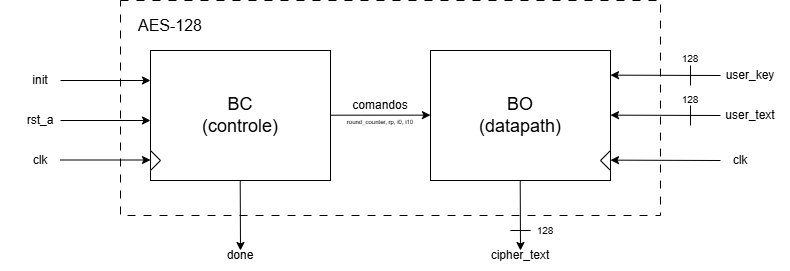
Earlier version of the draw.io export docs/diagramas/Diagrama BO_BC.drawio.png (thalescazevedo/aes-encryption-vhdl). Source tidied: cells renumbered, new cells last; positions are measured from the earlier drawing's top-left corner, leaving out a move shared by most shapes.
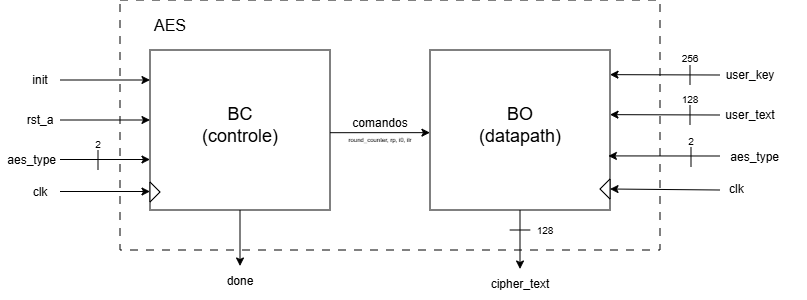
The same file after the commit.

Diff of the diagram source:
```diff
@@ -2,28 +2,22 @@
   <root>
     <mxCell id="0" />
     <mxCell id="1" parent="0" />
+    <mxCell id="8" style="rounded=0;whiteSpace=wrap;html=1;fillColor=none;dashed=1;dashPattern=8 8;labelBackgroundColor=none;" parent="1" vertex="1">
+      <mxGeometry x="120" width="540" height="250" as="geometry" />
+    </mxCell>
     <mxCell id="2" style="rounded=0;whiteSpace=wrap;html=1;labelBackgroundColor=none;" parent="1" vertex="1">
-      <mxGeometry x="150" y="50" width="180" height="130" as="geometry" />
+      <mxGeometry x="150" y="50" width="180" height="160" as="geometry" />
     </mxCell>
     <mxCell id="3" style="rounded=0;whiteSpace=wrap;html=1;labelBackgroundColor=none;" parent="1" vertex="1">
-      <mxGeometry x="430" y="50" width="180" height="130" as="geometry" />
+      <mxGeometry x="430" y="50" width="180" height="160" as="geometry" />
     </mxCell>
     <mxCell id="4" value="&lt;font style=&quot;font-size: 18px;&quot;&gt;BC&lt;/font&gt;&lt;div&gt;&lt;font style=&quot;font-size: 18px;&quot;&gt;(controle)&lt;/font&gt;&lt;/div&gt;" style="text;html=1;whiteSpace=wrap;strokeColor=none;fillColor=none;align=center;verticalAlign=middle;rounded=0;labelBackgroundColor=none;" parent="1" vertex="1">
-      <mxGeometry x="175" y="95" width="130" height="40" as="geometry" />
+      <mxGeometry x="175" y="105" width="130" height="40" as="geometry" />
     </mxCell>
     <mxCell id="5" value="&lt;div&gt;&lt;font style=&quot;font-size: 18px;&quot;&gt;BO&lt;br&gt;(datapath)&lt;/font&gt;&lt;/div&gt;" style="text;html=1;whiteSpace=wrap;strokeColor=none;fillColor=none;align=center;verticalAlign=middle;rounded=0;labelBackgroundColor=none;" parent="1" vertex="1">
-      <mxGeometry x="455" y="95" width="130" height="40" as="geometry" />
+      <mxGeometry x="455" y="105" width="130" height="40" as="geometry" />
     </mxCell>
-    <mxCell id="6" style="triangle;whiteSpace=wrap;html=1;rounded=0;labelBackgroundColor=none;" parent="1" vertex="1">
-      <mxGeometry x="150" y="150" width="10" height="20" as="geometry" />
-    </mxCell>
-    <mxCell id="7" style="triangle;whiteSpace=wrap;html=1;rotation=-180;rounded=0;labelBackgroundColor=none;" parent="1" vertex="1">
-      <mxGeometry x="600" y="150" width="10" height="20" as="geometry" />
-    </mxCell>
-    <mxCell id="8" style="rounded=0;whiteSpace=wrap;html=1;fillColor=none;dashed=1;dashPattern=8 8;labelBackgroundColor=none;" parent="1" vertex="1">
-      <mxGeometry x="120" width="540" height="215" as="geometry" />
-    </mxCell>
-    <mxCell id="9" value="&lt;font style=&quot;font-size: 16px;&quot;&gt;AES-128&lt;/font&gt;" style="text;html=1;whiteSpace=wrap;strokeColor=none;fillColor=none;align=center;verticalAlign=middle;rounded=0;labelBackgroundColor=none;" parent="1" vertex="1">
+    <mxCell id="9" value="&lt;font style=&quot;font-size: 16px;&quot;&gt;AES&lt;/font&gt;" style="text;html=1;whiteSpace=wrap;strokeColor=none;fillColor=none;align=center;verticalAlign=middle;rounded=0;labelBackgroundColor=none;" parent="1" vertex="1">
       <mxGeometry x="130" y="10" width="80" height="30" as="geometry" />
     </mxCell>
     <mxCell id="10" style="endArrow=classic;html=1;rounded=0;labelBackgroundColor=none;fontColor=default;" parent="1" edge="1">
@@ -46,27 +40,21 @@
     </mxCell>
     <mxCell id="13" style="endArrow=classic;html=1;rounded=0;entryX=0.574;entryY=0.437;entryDx=0;entryDy=0;entryPerimeter=0;labelBackgroundColor=none;fontColor=default;" parent="1" edge="1">
       <mxGeometry relative="1" as="geometry">
-        <mxPoint x="330" y="114.7" as="sourcePoint" />
-        <mxPoint x="430" y="114.6" as="targetPoint" />
+        <mxPoint x="330" y="132.7" as="sourcePoint" />
+        <mxPoint x="430" y="132.6" as="targetPoint" />
       </mxGeometry>
     </mxCell>
-    <mxCell id="14" style="endArrow=classic;html=1;rounded=0;labelBackgroundColor=none;fontColor=default;" parent="1" edge="1">
-      <mxGeometry relative="1" as="geometry">
-        <mxPoint x="239.7" y="180" as="sourcePoint" />
-        <mxPoint x="240" y="250" as="targetPoint" />
-      </mxGeometry>
+    <mxCell id="14" style="endArrow=classic;html=1;rounded=0;labelBackgroundColor=none;fontColor=default;entryX=0.5;entryY=0;entryDx=0;entryDy=0;exitX=0.5;exitY=1;exitDx=0;exitDy=0;" parent="1" edge="1" source="2" target="16">
+      <mxGeometry relative="1" as="geometry" />
     </mxCell>
-    <mxCell id="15" style="endArrow=classic;html=1;rounded=0;labelBackgroundColor=none;fontColor=default;" parent="1" edge="1">
-      <mxGeometry relative="1" as="geometry">
-        <mxPoint x="519.7" y="180" as="sourcePoint" />
-        <mxPoint x="520" y="250" as="targetPoint" />
-      </mxGeometry>
+    <mxCell id="15" style="endArrow=classic;html=1;rounded=0;labelBackgroundColor=none;fontColor=default;exitX=0.5;exitY=1;exitDx=0;exitDy=0;entryX=0.5;entryY=0;entryDx=0;entryDy=0;" parent="1" edge="1" source="3" target="17">
+      <mxGeometry relative="1" as="geometry" />
     </mxCell>
     <mxCell id="16" value="&lt;font&gt;done&lt;/font&gt;" style="text;html=1;whiteSpace=wrap;strokeColor=none;fillColor=none;align=center;verticalAlign=middle;rounded=0;labelBackgroundColor=none;" parent="1" vertex="1">
-      <mxGeometry x="200" y="240" width="80" height="30" as="geometry" />
+      <mxGeometry x="200" y="266" width="80" height="30" as="geometry" />
     </mxCell>
     <mxCell id="17" value="cipher_text" style="text;html=1;whiteSpace=wrap;strokeColor=none;fillColor=none;align=center;verticalAlign=middle;rounded=0;labelBackgroundColor=none;" parent="1" vertex="1">
-      <mxGeometry x="480" y="240" width="80" height="30" as="geometry" />
+      <mxGeometry x="480" y="269" width="80" height="30" as="geometry" />
     </mxCell>
     <mxCell id="18" value="&lt;font&gt;init&lt;/font&gt;" style="text;html=1;whiteSpace=wrap;strokeColor=none;fillColor=none;align=center;verticalAlign=middle;rounded=0;labelBackgroundColor=none;" parent="1" vertex="1">
       <mxGeometry y="65" width="80" height="30" as="geometry" />
@@ -74,23 +62,14 @@
     <mxCell id="19" value="&lt;font&gt;rst_a&lt;/font&gt;" style="text;html=1;whiteSpace=wrap;strokeColor=none;fillColor=none;align=center;verticalAlign=middle;rounded=0;labelBackgroundColor=none;" parent="1" vertex="1">
       <mxGeometry y="105" width="80" height="30" as="geometry" />
     </mxCell>
-    <mxCell id="20" value="&lt;font&gt;clk&lt;/font&gt;" style="text;html=1;whiteSpace=wrap;strokeColor=none;fillColor=none;align=center;verticalAlign=middle;rounded=0;labelBackgroundColor=none;" parent="1" vertex="1">
+    <mxCell id="20" value="&lt;font&gt;aes_type&amp;nbsp; &amp;nbsp; &amp;nbsp;&lt;/font&gt;" style="text;html=1;whiteSpace=wrap;strokeColor=none;fillColor=none;align=center;verticalAlign=middle;rounded=0;labelBackgroundColor=none;" parent="1" vertex="1">
       <mxGeometry y="145" width="80" height="30" as="geometry" />
     </mxCell>
-    <mxCell id="21" style="endArrow=classic;html=1;rounded=0;labelBackgroundColor=none;fontColor=default;" parent="1" edge="1">
-      <mxGeometry relative="1" as="geometry">
-        <mxPoint x="720" y="160" as="sourcePoint" />
-        <mxPoint x="610" y="159.6" as="targetPoint" />
-      </mxGeometry>
-    </mxCell>
-    <mxCell id="22" value="&lt;font&gt;clk&lt;/font&gt;" style="text;html=1;whiteSpace=wrap;strokeColor=none;fillColor=none;align=center;verticalAlign=middle;rounded=0;labelBackgroundColor=none;" parent="1" vertex="1">
-      <mxGeometry x="700" y="145" width="80" height="30" as="geometry" />
-    </mxCell>
     <mxCell id="23" value="comandos&lt;span style=&quot;color: rgba(0, 0, 0, 0); font-family: monospace; font-size: 0px; text-align: start; white-space: nowrap;&quot;&gt;%3CmxGraphModel%3E%3Croot%3E%3CmxCell%20id%3D%220%22%2F%3E%3CmxCell%20id%3D%221%22%20parent%3D%220%22%2F%3E%3CmxCell%20id%3D%222%22%20parent%3D%221%22%20style%3D%22text%3Bhtml%3D1%3BwhiteSpace%3Dwrap%3BstrokeColor%3Dnone%3BfillColor%3Dnone%3Balign%3Dcenter%3BverticalAlign%3Dmiddle%3Brounded%3D0%3B%22%20value%3D%22%26lt%3Bfont%26gt%3Binit%26lt%3B%2Ffont%26gt%3B%22%20vertex%3D%221%22%3E%3CmxGeometry%20height%3D%2230%22%20width%3D%2280%22%20y%3D%22305%22%20as%3D%22geometry%22%2F%3E%3C%2FmxCell%3E%3C%2Froot%3E%3C%2FmxGraphModel%3E&lt;/span&gt;" style="text;html=1;whiteSpace=wrap;strokeColor=none;fillColor=none;align=center;verticalAlign=middle;rounded=0;labelBackgroundColor=none;" parent="1" vertex="1">
-      <mxGeometry x="340" y="90" width="80" height="30" as="geometry" />
+      <mxGeometry x="340" y="108" width="80" height="30" as="geometry" />
     </mxCell>
-    <mxCell id="24" value="&lt;font style=&quot;font-size: 6px;&quot;&gt;round_counter, rp, i0, i10&lt;/font&gt;" style="text;html=1;whiteSpace=wrap;strokeColor=none;fillColor=none;align=center;verticalAlign=middle;rounded=0;labelBackgroundColor=none;" parent="1" vertex="1">
-      <mxGeometry x="340" y="105" width="80" height="30" as="geometry" />
+    <mxCell id="24" value="&lt;font style=&quot;font-size: 6px;&quot;&gt;round_counter, rp, i0, ilr&lt;/font&gt;" style="text;html=1;whiteSpace=wrap;strokeColor=none;fillColor=none;align=center;verticalAlign=middle;rounded=0;labelBackgroundColor=none;" parent="1" vertex="1">
+      <mxGeometry x="340" y="123" width="80" height="30" as="geometry" />
     </mxCell>
     <mxCell id="25" style="endArrow=classic;html=1;rounded=0;labelBackgroundColor=none;fontColor=default;" parent="1" edge="1">
       <mxGeometry relative="1" as="geometry">
@@ -128,7 +107,7 @@
         <mxPoint x="530.2" y="230" as="targetPoint" />
       </mxGeometry>
     </mxCell>
-    <mxCell id="32" value="&lt;font style=&quot;font-size: 10px;&quot;&gt;128&lt;/font&gt;" style="text;html=1;whiteSpace=wrap;strokeColor=none;fillColor=none;align=center;verticalAlign=middle;rounded=0;labelBackgroundColor=none;" parent="1" vertex="1">
+    <mxCell id="32" value="&lt;font style=&quot;font-size: 10px;&quot;&gt;256&lt;/font&gt;" style="text;html=1;whiteSpace=wrap;strokeColor=none;fillColor=none;align=center;verticalAlign=middle;rounded=0;labelBackgroundColor=none;" parent="1" vertex="1">
       <mxGeometry x="650" y="43" width="80" height="30" as="geometry" />
     </mxCell>
     <mxCell id="33" value="&lt;font style=&quot;font-size: 10px;&quot;&gt;128&lt;/font&gt;" style="text;html=1;whiteSpace=wrap;strokeColor=none;fillColor=none;align=center;verticalAlign=middle;rounded=0;labelBackgroundColor=none;" parent="1" vertex="1">
@@ -137,5 +116,54 @@
     <mxCell id="34" value="&lt;font style=&quot;font-size: 10px;&quot;&gt;128&lt;/font&gt;" style="text;html=1;whiteSpace=wrap;strokeColor=none;fillColor=none;align=center;verticalAlign=middle;rounded=0;labelBackgroundColor=none;" parent="1" vertex="1">
       <mxGeometry x="505" y="215" width="80" height="30" as="geometry" />
     </mxCell>
+    <mxCell id="35" style="triangle;whiteSpace=wrap;html=1;rounded=0;labelBackgroundColor=none;" parent="1" vertex="1">
+      <mxGeometry x="150" y="182" width="10" height="20" as="geometry" />
+    </mxCell>
+    <mxCell id="36" style="endArrow=classic;html=1;rounded=0;labelBackgroundColor=none;fontColor=default;" parent="1" edge="1">
+      <mxGeometry relative="1" as="geometry">
+        <mxPoint x="60" y="191.5" as="sourcePoint" />
+        <mxPoint x="150" y="191.5" as="targetPoint" />
+      </mxGeometry>
+    </mxCell>
+    <mxCell id="22" value="&lt;font&gt;clk&lt;/font&gt;" style="text;html=1;whiteSpace=wrap;strokeColor=none;fillColor=none;align=center;verticalAlign=middle;rounded=0;labelBackgroundColor=none;" parent="1" vertex="1">
+      <mxGeometry y="177" width="80" height="30" as="geometry" />
+    </mxCell>
+    <mxCell id="37" style="endArrow=classic;html=1;rounded=0;labelBackgroundColor=none;fontColor=default;entryX=0.991;entryY=0.662;entryDx=0;entryDy=0;entryPerimeter=0;" parent="1" edge="1" target="3">
+      <mxGeometry relative="1" as="geometry">
+        <mxPoint x="720" y="156" as="sourcePoint" />
+      </mxGeometry>
+    </mxCell>
+    <mxCell id="38" value="&lt;font&gt;aes_type&amp;nbsp; &amp;nbsp; &amp;nbsp;&lt;/font&gt;" style="text;html=1;whiteSpace=wrap;strokeColor=none;fillColor=none;align=center;verticalAlign=middle;rounded=0;labelBackgroundColor=none;" parent="1" vertex="1">
+      <mxGeometry x="723" y="142" width="80" height="30" as="geometry" />
+    </mxCell>
+    <mxCell id="39" style="triangle;whiteSpace=wrap;html=1;rounded=0;labelBackgroundColor=none;rotation=-180;" parent="1" vertex="1">
+      <mxGeometry x="600" y="179" width="10" height="20" as="geometry" />
+    </mxCell>
+    <mxCell id="40" style="endArrow=classic;html=1;rounded=0;labelBackgroundColor=none;fontColor=default;entryX=0;entryY=0.5;entryDx=0;entryDy=0;" parent="1" edge="1" target="39">
+      <mxGeometry relative="1" as="geometry">
+        <mxPoint x="720" y="190" as="sourcePoint" />
+      </mxGeometry>
+    </mxCell>
+    <mxCell id="41" value="&lt;font&gt;clk&lt;/font&gt;" style="text;html=1;whiteSpace=wrap;strokeColor=none;fillColor=none;align=left;verticalAlign=middle;rounded=0;labelBackgroundColor=none;" parent="1" vertex="1">
+      <mxGeometry x="727" y="174" width="80" height="30" as="geometry" />
+    </mxCell>
+    <mxCell id="42" style="endArrow=none;html=1;rounded=0;labelBackgroundColor=none;fontColor=default;" parent="1" edge="1">
+      <mxGeometry relative="1" as="geometry">
+        <mxPoint x="691" y="167" as="sourcePoint" />
+        <mxPoint x="691" y="147" as="targetPoint" />
+      </mxGeometry>
+    </mxCell>
+    <mxCell id="43" value="&lt;font style=&quot;font-size: 10px;&quot;&gt;2&lt;/font&gt;" style="text;html=1;whiteSpace=wrap;strokeColor=none;fillColor=none;align=center;verticalAlign=middle;rounded=0;labelBackgroundColor=none;" parent="1" vertex="1">
+      <mxGeometry x="651" y="126" width="80" height="30" as="geometry" />
+    </mxCell>
+    <mxCell id="44" style="endArrow=none;html=1;rounded=0;labelBackgroundColor=none;fontColor=default;" parent="1" edge="1">
+      <mxGeometry relative="1" as="geometry">
+        <mxPoint x="98" y="170" as="sourcePoint" />
+        <mxPoint x="98" y="150" as="targetPoint" />
+      </mxGeometry>
+    </mxCell>
+    <mxCell id="45" value="&lt;font style=&quot;font-size: 10px;&quot;&gt;2&lt;/font&gt;" style="text;html=1;whiteSpace=wrap;strokeColor=none;fillColor=none;align=center;verticalAlign=middle;rounded=0;labelBackgroundColor=none;" parent="1" vertex="1">
+      <mxGeometry x="58" y="129" width="80" height="30" as="geometry" />
+    </mxCell>
   </root>
 </mxGraphModel>
```
